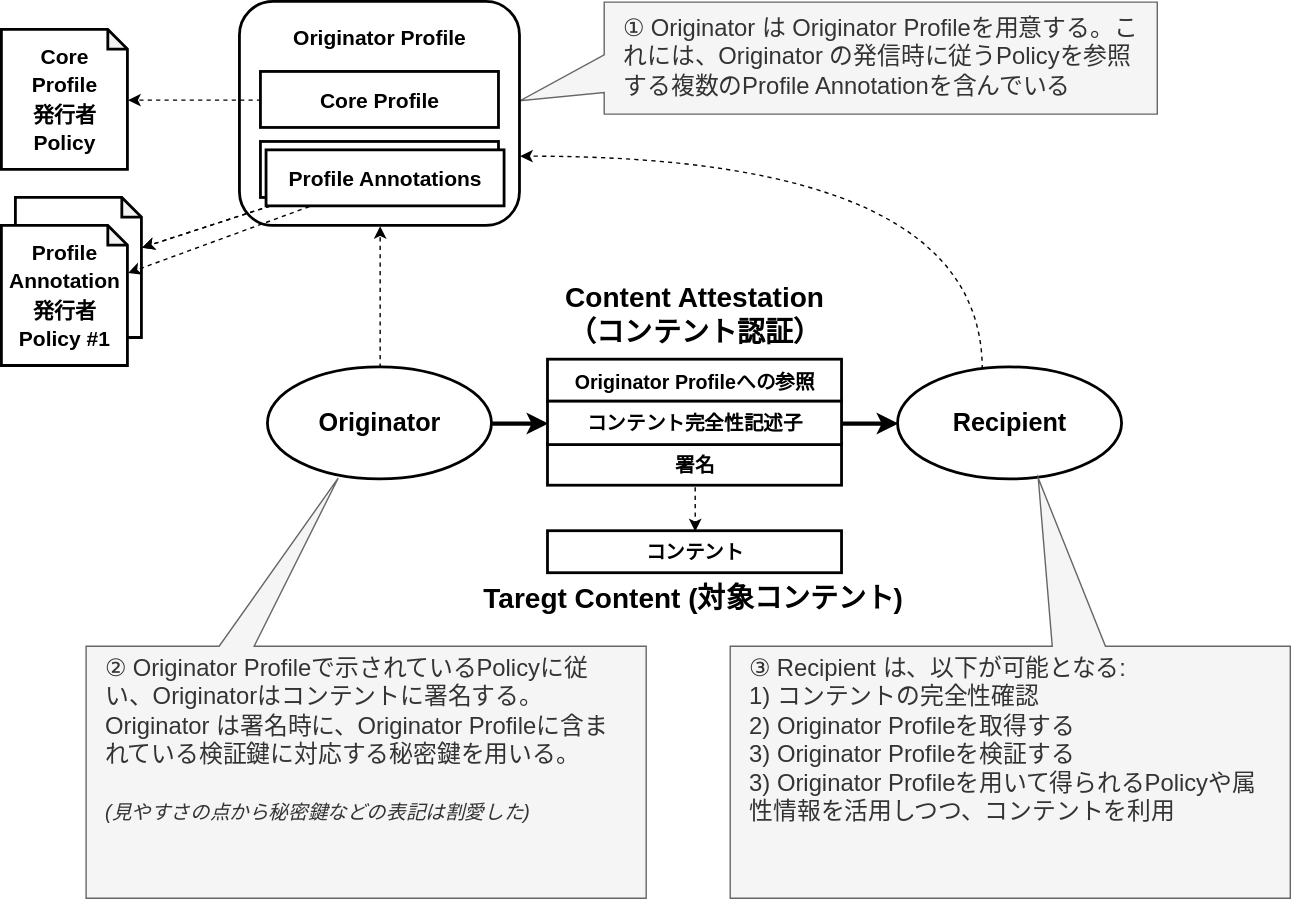
This is Drawings/Architecture-Content_Attestation.ja.drawio.svg from originator-profile/docs.originator-profile.org, a draw.io export, as it was before one commit. Source tidied: cells renumbered, new cells last; positions are measured from the earlier drawing's top-left corner, leaving out a move shared by most shapes.
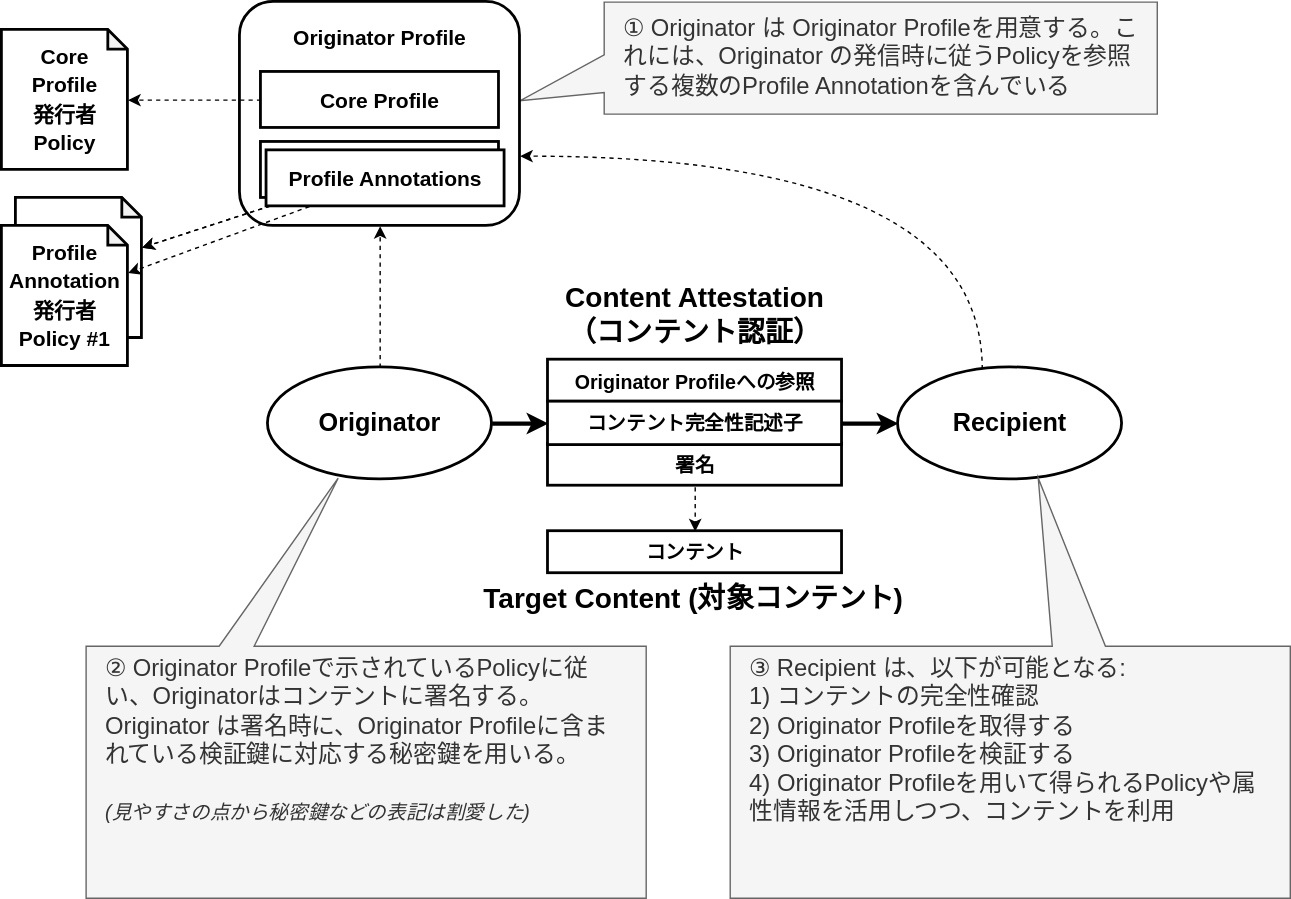
After the commit.

Change to the diagram source:
```diff
@@ -17,7 +17,7 @@
     <mxCell id="6" value="&lt;b&gt;Content Attestation&lt;/b&gt;" style="text;html=1;align=center;verticalAlign=middle;whiteSpace=wrap;rounded=0;fontSize=20;" parent="1" vertex="1">
       <mxGeometry x="360" y="195" width="270" height="30" as="geometry" />
     </mxCell>
-    <mxCell id="7" value="&lt;div&gt;③&amp;nbsp;&lt;span style=&quot;background-color: transparent; color: light-dark(rgb(51, 51, 51), rgb(193, 193, 193));&quot;&gt;Recipient は、以下が可能となる:&lt;/span&gt;&lt;/div&gt;&lt;div&gt;1) コンテントの完全性確認&lt;/div&gt;&lt;div&gt;2) Originator Profileを取得する&lt;/div&gt;&lt;div&gt;3) Originator Profileを検証する&lt;/div&gt;&lt;div&gt;&lt;span style=&quot;background-color: transparent; color: light-dark(rgb(51, 51, 51), rgb(193, 193, 193));&quot;&gt;3) Originator Profileを用いて得られるPolicyや属性情報を活用しつつ、コンテントを利用&lt;/span&gt;&lt;/div&gt;" style="shape=callout;whiteSpace=wrap;html=1;perimeter=calloutPerimeter;direction=west;fillColor=#f5f5f5;fontColor=#333333;strokeColor=#666666;fontSize=17;position2=0.45;size=120;position=0.33;base=38;align=left;spacingRight=12;spacingLeft=12;verticalAlign=top;" parent="1" vertex="1">
+    <mxCell id="7" value="&lt;div&gt;③&amp;nbsp;&lt;span style=&quot;background-color: transparent; color: light-dark(rgb(51, 51, 51), rgb(193, 193, 193));&quot;&gt;Recipient は、以下が可能となる:&lt;/span&gt;&lt;/div&gt;&lt;div&gt;1) コンテントの完全性確認&lt;/div&gt;&lt;div&gt;2) Originator Profileを取得する&lt;/div&gt;&lt;div&gt;3) Originator Profileを検証する&lt;/div&gt;&lt;div&gt;&lt;span style=&quot;background-color: transparent; color: light-dark(rgb(51, 51, 51), rgb(193, 193, 193));&quot;&gt;4) Originator Profileを用いて得られるPolicyや属性情報を活用しつつ、コンテントを利用&lt;/span&gt;&lt;/div&gt;" style="shape=callout;whiteSpace=wrap;html=1;perimeter=calloutPerimeter;direction=west;fillColor=#f5f5f5;fontColor=#333333;strokeColor=#666666;fontSize=17;position2=0.45;size=120;position=0.33;base=38;align=left;spacingRight=12;spacingLeft=12;verticalAlign=top;" parent="1" vertex="1">
       <mxGeometry x="520" y="340" width="400" height="300" as="geometry" />
     </mxCell>
     <mxCell id="8" value="&lt;div&gt;&lt;span style=&quot;font-size: 15px; background-color: transparent; color: light-dark(rgb(0, 0, 0), rgb(255, 255, 255));&quot;&gt;Policy&lt;/span&gt;&lt;/div&gt;" style="shape=note;whiteSpace=wrap;html=1;backgroundOutline=1;darkOpacity=0.05;strokeWidth=2;fontSize=17;size=14;fontStyle=1;" parent="1" vertex="1">
@@ -81,7 +81,7 @@
     <mxCell id="26" value="署名" style="rounded=0;whiteSpace=wrap;html=1;fontStyle=1;fontSize=14;strokeWidth=2;" parent="1" vertex="1">
       <mxGeometry x="390" y="315.5" width="210" height="30" as="geometry" />
     </mxCell>
-    <mxCell id="27" value="&lt;b&gt;Taregt Content (対象コンテント)&lt;/b&gt;" style="text;html=1;align=center;verticalAlign=middle;whiteSpace=wrap;rounded=0;fontSize=20;" parent="1" vertex="1">
+    <mxCell id="27" value="&lt;b&gt;Target Content (対象コンテント)&lt;/b&gt;" style="text;html=1;align=center;verticalAlign=middle;whiteSpace=wrap;rounded=0;fontSize=20;" parent="1" vertex="1">
       <mxGeometry x="339" y="410" width="310" height="30" as="geometry" />
     </mxCell>
     <mxCell id="28" style="endArrow=classic;html=1;rounded=0;entryX=0;entryY=0.5;entryDx=0;entryDy=0;strokeWidth=3;" parent="1" edge="1" source="3" target="29">
```
